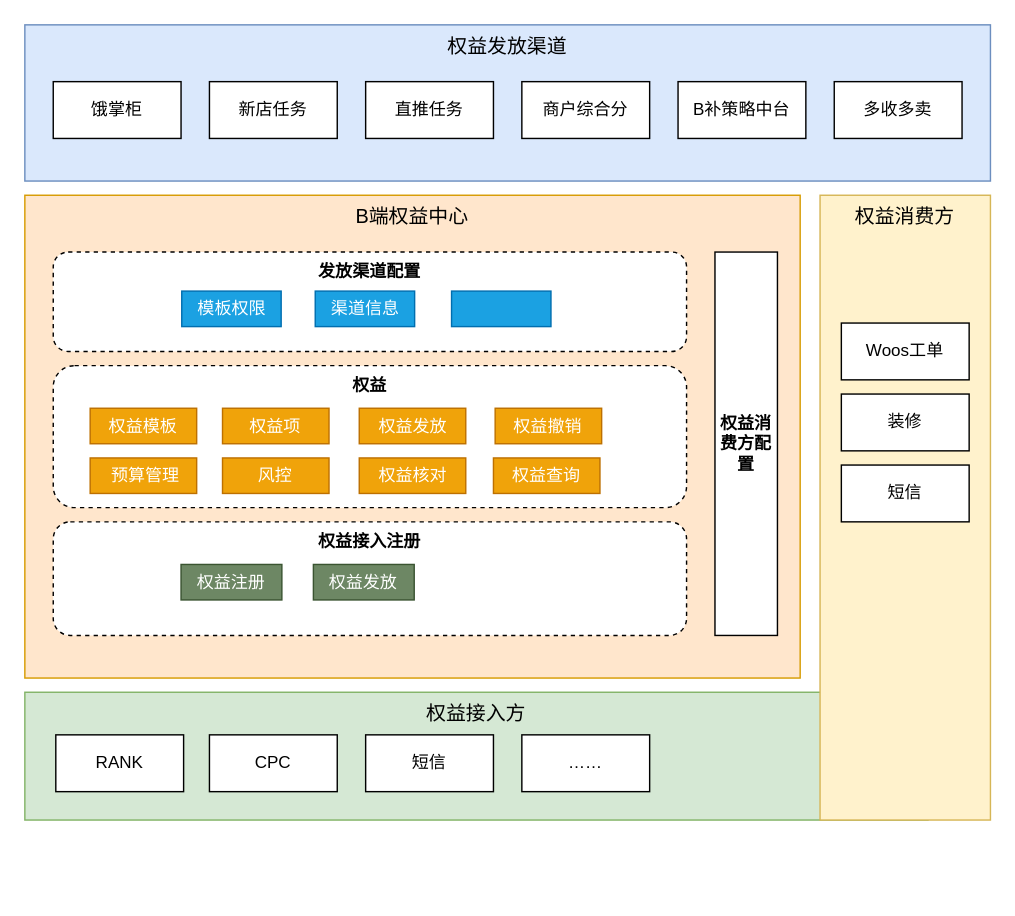
Before: page "权益逻辑架构" (1 of 2) of 权益中心.drawio in jon-kong/draw.io, a draw.io diagram. Source tidied: cells renumbered, new cells numbered last; positions are measured from the earlier drawing's top-left corner, leaving out a move shared by most shapes. Both pictures are drawn from the tidied source at 142%, with x=0, y=0 at pixel (24, 24).
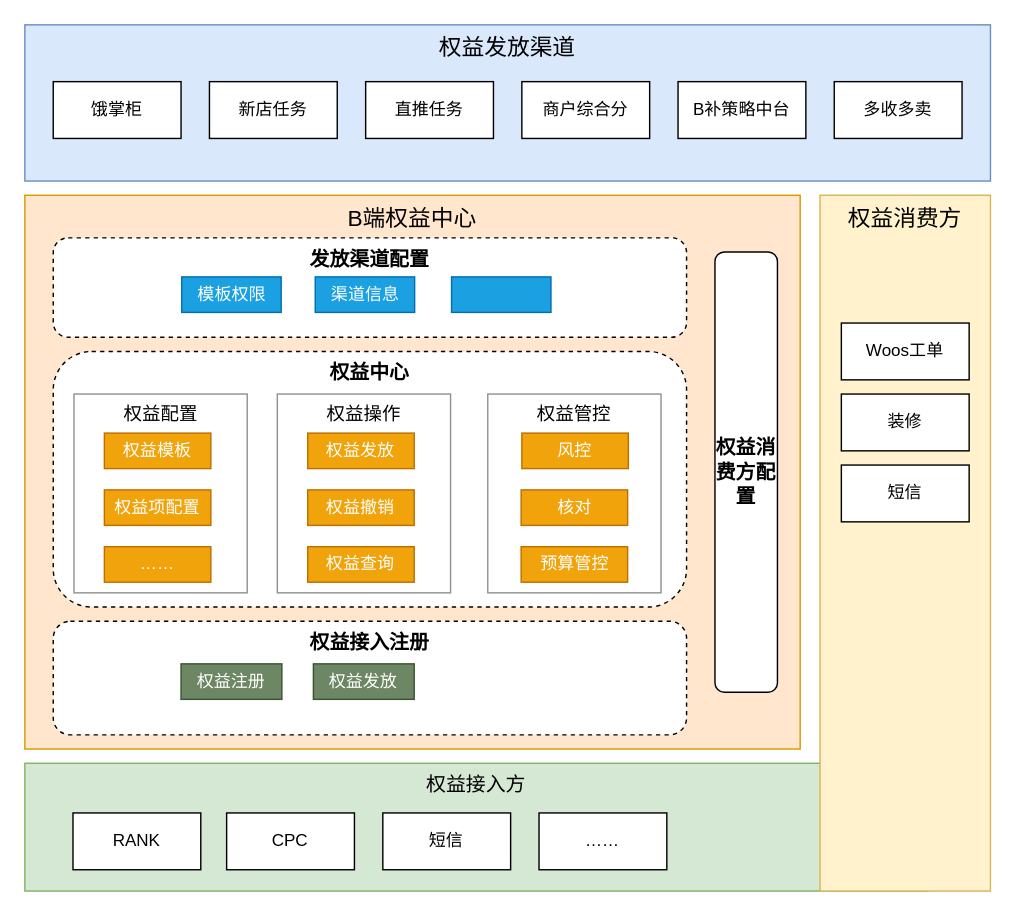
Above is the later version.

What changed in the source:
```diff
@@
+    <mxCell id="4" value="B端权益中心" style="rounded=0;whiteSpace=wrap;html=1;verticalAlign=top;fillColor=#ffe6cc;strokeColor=#d79b00;fontSize=16;" parent="1" vertex="1">
+      <mxGeometry y="120" width="546" height="390" as="geometry" />
+    </mxCell>
+    <mxCell id="6" value="权益中心" style="rounded=1;whiteSpace=wrap;html=1;verticalAlign=top;dashed=1;fontStyle=1;fontSize=14;" parent="1" vertex="1">
+      <mxGeometry x="20" y="230" width="446" height="180" as="geometry" />
+    </mxCell>
+    <mxCell id="36" value="权益配置" style="rounded=0;whiteSpace=wrap;html=1;shadow=0;glass=0;comic=0;fontSize=13;verticalAlign=top;strokeColor=#919191;" parent="1" vertex="1">
+      <mxGeometry x="34.6" y="260" width="122" height="140" as="geometry" />
+    </mxCell>
     <mxCell id="2" value="权益接入方" style="rounded=0;whiteSpace=wrap;html=1;verticalAlign=top;fillColor=#d5e8d4;strokeColor=#82b366;fontSize=14;" parent="1" vertex="1">
-      <mxGeometry y="470" width="636" height="90" as="geometry" />
+      <mxGeometry y="520" width="636" height="90" as="geometry" />
     </mxCell>
-    <mxCell id="3" value="权益发放渠道" style="rounded=0;whiteSpace=wrap;html=1;verticalAlign=top;fillColor=#dae8fc;strokeColor=#6c8ebf;fontSize=14;" parent="1" vertex="1">
+    <mxCell id="3" value="权益发放渠道" style="rounded=0;whiteSpace=wrap;html=1;verticalAlign=top;fillColor=#dae8fc;strokeColor=#6c8ebf;fontSize=16;" parent="1" vertex="1">
       <mxGeometry width="680" height="110" as="geometry" />
     </mxCell>
-    <mxCell id="4" value="B端权益中心" style="rounded=0;whiteSpace=wrap;html=1;verticalAlign=top;fillColor=#ffe6cc;strokeColor=#d79b00;fontSize=14;" parent="1" vertex="1">
-      <mxGeometry y="120" width="546" height="340" as="geometry" />
-    </mxCell>
-    <mxCell id="5" value="权益接入注册" style="rounded=1;whiteSpace=wrap;html=1;verticalAlign=top;dashed=1;fontStyle=1;" parent="1" vertex="1">
-      <mxGeometry x="20" y="350" width="446" height="80" as="geometry" />
+    <mxCell id="5" value="权益接入注册" style="rounded=1;whiteSpace=wrap;html=1;verticalAlign=top;dashed=1;fontStyle=1;fontSize=14;" parent="1" vertex="1">
+      <mxGeometry x="20" y="420" width="446" height="80" as="geometry" />
     </mxCell>
-    <mxCell id="6" value="权益" style="rounded=1;whiteSpace=wrap;html=1;verticalAlign=top;dashed=1;fontStyle=1;" parent="1" vertex="1">
-      <mxGeometry x="20" y="240" width="446" height="100" as="geometry" />
-    </mxCell>
-    <mxCell id="7" value="发放渠道配置" style="rounded=1;whiteSpace=wrap;html=1;verticalAlign=top;dashed=1;fontStyle=1;" parent="1" vertex="1">
-      <mxGeometry x="20" y="160" width="446" height="70" as="geometry" />
+    <mxCell id="7" value="发放渠道配置" style="rounded=1;whiteSpace=wrap;html=1;verticalAlign=top;dashed=1;fontStyle=1;fontSize=14;" parent="1" vertex="1">
+      <mxGeometry x="20" y="150" width="446" height="70" as="geometry" />
     </mxCell>
-    <mxCell id="8" value="权益消费方配置" style="rounded=0;whiteSpace=wrap;html=1;verticalAlign=middle;fontStyle=1;" parent="1" vertex="1">
-      <mxGeometry x="486" y="160" width="44" height="270" as="geometry" />
+    <mxCell id="8" value="权益消费方配置" style="rounded=1;whiteSpace=wrap;html=1;verticalAlign=middle;fontStyle=1;glass=0;comic=0;shadow=0;fontSize=14;" parent="1" vertex="1">
+      <mxGeometry x="486" y="160" width="44" height="310" as="geometry" />
     </mxCell>
@@
-    <mxCell id="15" value="权益消费方" style="rounded=0;whiteSpace=wrap;html=1;verticalAlign=top;fillColor=#fff2cc;strokeColor=#d6b656;fontSize=14;" parent="1" vertex="1">
-      <mxGeometry x="560" y="120" width="120" height="440" as="geometry" />
+    <mxCell id="15" value="权益消费方" style="rounded=0;whiteSpace=wrap;html=1;verticalAlign=top;fillColor=#fff2cc;strokeColor=#d6b656;fontSize=16;" parent="1" vertex="1">
+      <mxGeometry x="560" y="120" width="120" height="490" as="geometry" />
     </mxCell>
@@
     <mxCell id="19" value="权益模板" style="rounded=0;whiteSpace=wrap;html=1;fillColor=#f0a30a;strokeColor=#BD7000;fontColor=#ffffff;" parent="1" vertex="1">
-      <mxGeometry x="46" y="270" width="75" height="25" as="geometry" />
+      <mxGeometry x="56" y="287.5" width="75" height="25" as="geometry" />
     </mxCell>
-    <mxCell id="20" value="权益发放" style="rounded=0;whiteSpace=wrap;html=1;fillColor=#f0a30a;strokeColor=#BD7000;fontColor=#ffffff;" parent="1" vertex="1">
-      <mxGeometry x="235.5" y="270" width="75" height="25" as="geometry" />
-    </mxCell>
     <mxCell id="21" value="模板权限" style="rounded=0;whiteSpace=wrap;html=1;fillColor=#1ba1e2;strokeColor=#006EAF;fontColor=#ffffff;" parent="1" vertex="1">
-      <mxGeometry x="110.5" y="187.5" width="70" height="25" as="geometry" />
+      <mxGeometry x="110.5" y="177.5" width="70" height="25" as="geometry" />
     </mxCell>
     <mxCell id="22" value="渠道信息" style="rounded=0;whiteSpace=wrap;html=1;fillColor=#1ba1e2;strokeColor=#006EAF;fontColor=#ffffff;" parent="1" vertex="1">
-      <mxGeometry x="204.5" y="187.5" width="70" height="25" as="geometry" />
+      <mxGeometry x="204.5" y="177.5" width="70" height="25" as="geometry" />
     </mxCell>
     <mxCell id="23" style="rounded=0;whiteSpace=wrap;html=1;fillColor=#1ba1e2;strokeColor=#006EAF;fontColor=#ffffff;" parent="1" vertex="1">
-      <mxGeometry x="300.5" y="187.5" width="70" height="25" as="geometry" />
+      <mxGeometry x="300.5" y="177.5" width="70" height="25" as="geometry" />
     </mxCell>
-    <mxCell id="24" value="权益项" style="rounded=0;whiteSpace=wrap;html=1;fillColor=#f0a30a;strokeColor=#BD7000;fontColor=#ffffff;" parent="1" vertex="1">
-      <mxGeometry x="139.2" y="270" width="75" height="25" as="geometry" />
+    <mxCell id="24" value="权益项配置" style="rounded=0;whiteSpace=wrap;html=1;fillColor=#f0a30a;strokeColor=#BD7000;fontColor=#ffffff;" parent="1" vertex="1">
+      <mxGeometry x="56" y="327.5" width="75" height="25" as="geometry" />
     </mxCell>
     <mxCell id="25" value="权益注册" style="rounded=0;whiteSpace=wrap;html=1;fillColor=#6d8764;strokeColor=#3A5431;fontColor=#ffffff;" parent="1" vertex="1">
-      <mxGeometry x="110" y="380" width="71" height="25" as="geometry" />
+      <mxGeometry x="110" y="450" width="71" height="25" as="geometry" />
     </mxCell>
     <mxCell id="26" value="权益发放" style="rounded=0;whiteSpace=wrap;html=1;fillColor=#6d8764;strokeColor=#3A5431;fontColor=#ffffff;" parent="1" vertex="1">
-      <mxGeometry x="203.2" y="380" width="71" height="25" as="geometry" />
+      <mxGeometry x="203.2" y="450" width="71" height="25" as="geometry" />
     </mxCell>
-    <mxCell id="27" value="权益核对" style="rounded=0;whiteSpace=wrap;html=1;fillColor=#f0a30a;strokeColor=#BD7000;fontColor=#ffffff;" parent="1" vertex="1">
-      <mxGeometry x="235.5" y="305" width="75" height="25" as="geometry" />
-    </mxCell>
     <mxCell id="28" value="RANK" style="rounded=0;whiteSpace=wrap;html=1;" parent="1" vertex="1">
-      <mxGeometry x="21.8" y="500" width="90" height="40" as="geometry" />
+      <mxGeometry x="33.9" y="555" width="90" height="40" as="geometry" />
     </mxCell>
     <mxCell id="29" value="CPC" style="rounded=0;whiteSpace=wrap;html=1;" parent="1" vertex="1">
-      <mxGeometry x="130" y="500" width="90" height="40" as="geometry" />
+      <mxGeometry x="142.1" y="555" width="90" height="40" as="geometry" />
     </mxCell>
     <mxCell id="30" value="短信" style="rounded=0;whiteSpace=wrap;html=1;" parent="1" vertex="1">
-      <mxGeometry x="240" y="500" width="90" height="40" as="geometry" />
+      <mxGeometry x="252.1" y="555" width="90" height="40" as="geometry" />
     </mxCell>
     <mxCell id="31" value="……" style="rounded=0;whiteSpace=wrap;html=1;" parent="1" vertex="1">
-      <mxGeometry x="350" y="500" width="90" height="40" as="geometry" />
+      <mxGeometry x="362.1" y="555" width="90" height="40" as="geometry" />
     </mxCell>
+    <mxCell id="33" value="……" style="rounded=0;whiteSpace=wrap;html=1;fillColor=#f0a30a;strokeColor=#BD7000;fontColor=#ffffff;" parent="1" vertex="1">
+      <mxGeometry x="56" y="367.5" width="75" height="25" as="geometry" />
+    </mxCell>
+    <mxCell id="37" value="权益操作" style="rounded=0;whiteSpace=wrap;html=1;shadow=0;glass=0;comic=0;fontSize=13;verticalAlign=top;strokeColor=#919191;" parent="1" vertex="1">
+      <mxGeometry x="177.8" y="260" width="122" height="140" as="geometry" />
+    </mxCell>
+    <mxCell id="20" value="权益发放" style="rounded=0;whiteSpace=wrap;html=1;fillColor=#f0a30a;strokeColor=#BD7000;fontColor=#ffffff;" parent="1" vertex="1">
+      <mxGeometry x="199.2" y="287.5" width="75" height="25" as="geometry" />
+    </mxCell>
     <mxCell id="32" value="权益撤销" style="rounded=0;whiteSpace=wrap;html=1;fillColor=#f0a30a;strokeColor=#BD7000;fontColor=#ffffff;" parent="1" vertex="1">
-      <mxGeometry x="331.2" y="270" width="75" height="25" as="geometry" />
+      <mxGeometry x="199.2" y="327.5" width="75" height="25" as="geometry" />
     </mxCell>
-    <mxCell id="33" value="&amp;nbsp;预算管理" style="rounded=0;whiteSpace=wrap;html=1;fillColor=#f0a30a;strokeColor=#BD7000;fontColor=#ffffff;" parent="1" vertex="1">
-      <mxGeometry x="46" y="305" width="75" height="25" as="geometry" />
-    </mxCell>
+    <mxCell id="35" value="权益查询" style="rounded=0;whiteSpace=wrap;html=1;fillColor=#f0a30a;strokeColor=#BD7000;fontColor=#ffffff;" parent="1" vertex="1">
+      <mxGeometry x="199.2" y="367.5" width="75" height="25" as="geometry" />
+    </mxCell>
+    <mxCell id="38" value="权益管控" style="rounded=0;whiteSpace=wrap;html=1;shadow=0;glass=0;comic=0;fontSize=13;verticalAlign=top;strokeColor=#919191;" parent="1" vertex="1">
+      <mxGeometry x="326" y="260" width="122" height="140" as="geometry" />
+    </mxCell>
     <mxCell id="34" value="风控" style="rounded=0;whiteSpace=wrap;html=1;fillColor=#f0a30a;strokeColor=#BD7000;fontColor=#ffffff;" parent="1" vertex="1">
-      <mxGeometry x="139.2" y="305" width="75" height="25" as="geometry" />
+      <mxGeometry x="350" y="287.5" width="75" height="25" as="geometry" />
     </mxCell>
-    <mxCell id="35" value="权益查询" style="rounded=0;whiteSpace=wrap;html=1;fillColor=#f0a30a;strokeColor=#BD7000;fontColor=#ffffff;" parent="1" vertex="1">
-      <mxGeometry x="330" y="305" width="75" height="25" as="geometry" />
-    </mxCell>
+    <mxCell id="27" value="核对" style="rounded=0;whiteSpace=wrap;html=1;fillColor=#f0a30a;strokeColor=#BD7000;fontColor=#ffffff;" parent="1" vertex="1">
+      <mxGeometry x="349.5" y="327.5" width="75" height="25" as="geometry" />
+    </mxCell>
+    <mxCell id="39" value="预算管控" style="rounded=0;whiteSpace=wrap;html=1;fillColor=#f0a30a;strokeColor=#BD7000;fontColor=#ffffff;" parent="1" vertex="1">
+      <mxGeometry x="349.5" y="367.5" width="75" height="25" as="geometry" />
+    </mxCell>
```
